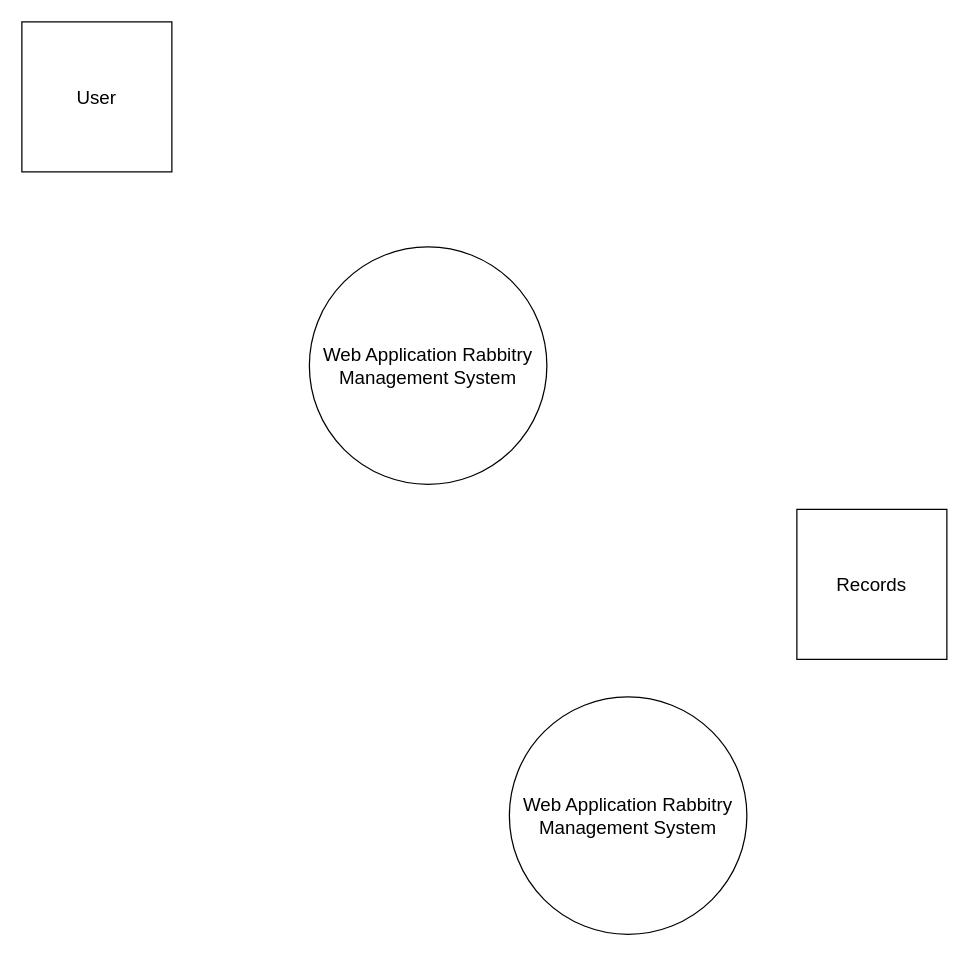
Before: Context Diagram.drawio in SejiMe/rpc-system, a draw.io diagram. Source tidied: cells renumbered, new cells numbered last; positions are measured from the earlier drawing's top-left corner, leaving out a move shared by most shapes. Both pictures are drawn from the tidied source at 125%, with x=0, y=0 at pixel (21, 21).
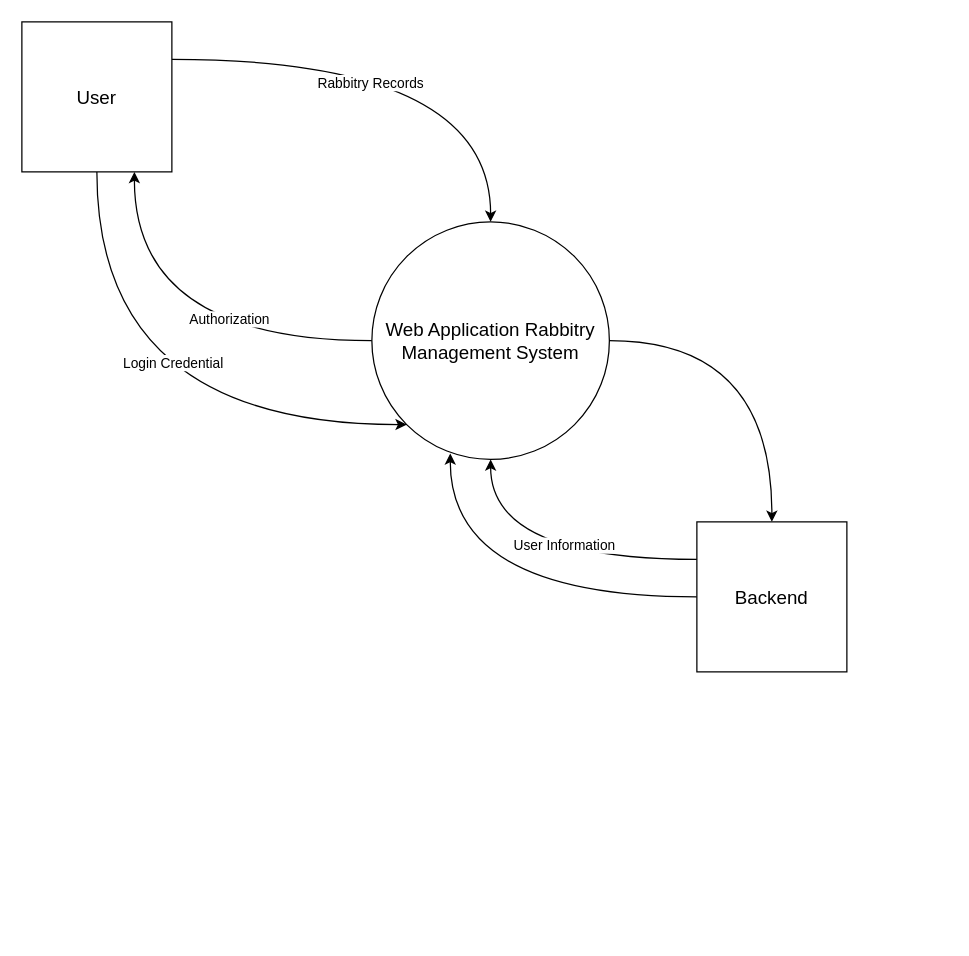
The same diagram, later.

What changed in the source:
```diff
@@
 <mxGraphModel>
   <root>
     <mxCell id="0" />
     <mxCell id="1" parent="0" />
+    <mxCell id="6" style="edgeStyle=orthogonalEdgeStyle;curved=1;rounded=0;jettySize=auto;html=1;exitX=0;exitY=0.5;exitDx=0;exitDy=0;entryX=0.75;entryY=1;entryDx=0;entryDy=0;" parent="1" edge="1" source="2" target="3">
+      <mxGeometry relative="1" as="geometry" />
+    </mxCell>
+    <mxCell id="7" value="Authorization" style="edgeLabel;html=1;align=center;verticalAlign=middle;" parent="6" vertex="1">
+      <mxGeometry x="-0.29" y="-18" relative="1" as="geometry" />
+    </mxCell>
+    <mxCell id="8" style="edgeStyle=orthogonalEdgeStyle;curved=1;rounded=0;jettySize=auto;html=1;exitX=1;exitY=0.5;exitDx=0;exitDy=0;" parent="1" edge="1" source="2" target="4">
+      <mxGeometry relative="1" as="geometry" />
+    </mxCell>
     <mxCell id="2" value="Web Application Rabbitry Management System" style="ellipse;whiteSpace=wrap;html=1;fontSize=15;" parent="1" vertex="1">
-      <mxGeometry x="230" y="180" width="190" height="190" as="geometry" />
+      <mxGeometry x="280" y="160" width="190" height="190" as="geometry" />
     </mxCell>
+    <mxCell id="9" style="edgeStyle=orthogonalEdgeStyle;rounded=0;jettySize=auto;html=1;exitX=1;exitY=0.25;exitDx=0;exitDy=0;curved=1;" parent="1" edge="1" source="3" target="2">
+      <mxGeometry relative="1" as="geometry" />
+    </mxCell>
+    <mxCell id="10" value="Rabbitry Records" style="edgeLabel;html=1;align=center;verticalAlign=middle;" parent="9" vertex="1">
+      <mxGeometry x="-0.18" y="-18" relative="1" as="geometry" />
+    </mxCell>
+    <mxCell id="11" style="edgeStyle=orthogonalEdgeStyle;curved=1;rounded=0;jettySize=auto;html=1;exitX=0.5;exitY=1;exitDx=0;exitDy=0;entryX=0;entryY=1;entryDx=0;entryDy=0;" parent="1" edge="1" source="3" target="2">
+      <mxGeometry relative="1" as="geometry">
+        <Array as="points">
+          <mxPoint x="60" y="322" />
+        </Array>
+      </mxGeometry>
+    </mxCell>
+    <mxCell id="12" value="Login Credential" style="edgeLabel;html=1;align=center;verticalAlign=middle;" parent="11" vertex="1">
+      <mxGeometry x="0.17" y="50" relative="1" as="geometry" />
+    </mxCell>
     <mxCell id="3" value="User" style="whiteSpace=wrap;html=1;fontSize=15;" parent="1" vertex="1">
       <mxGeometry width="120" height="120" as="geometry" />
     </mxCell>
+    <mxCell id="13" style="edgeStyle=orthogonalEdgeStyle;curved=1;rounded=0;jettySize=auto;html=1;exitX=0;exitY=0.25;exitDx=0;exitDy=0;" parent="1" edge="1" source="4" target="2">
+      <mxGeometry relative="1" as="geometry" />
+    </mxCell>
+    <mxCell id="14" value="User Information" style="edgeLabel;html=1;align=center;verticalAlign=middle;" parent="13" vertex="1">
+      <mxGeometry x="-0.13" y="-12" relative="1" as="geometry" />
+    </mxCell>
+    <mxCell id="15" style="edgeStyle=orthogonalEdgeStyle;curved=1;rounded=0;jettySize=auto;html=1;exitX=0;exitY=0.5;exitDx=0;exitDy=0;entryX=0.33;entryY=0.975;entryDx=0;entryDy=0;entryPerimeter=0;" parent="1" edge="1" source="4" target="2">
+      <mxGeometry relative="1" as="geometry" />
+    </mxCell>
-    <mxCell id="4" value="Records" style="whiteSpace=wrap;html=1;fontSize=15;" parent="1" vertex="1">
-      <mxGeometry x="620" y="390" width="120" height="120" as="geometry" />
+    <mxCell id="4" value="Backend" style="whiteSpace=wrap;html=1;fontSize=15;" parent="1" vertex="1">
+      <mxGeometry x="540" y="400" width="120" height="120" as="geometry" />
     </mxCell>
-    <mxCell id="5" value="Web Application Rabbitry Management System" style="ellipse;whiteSpace=wrap;html=1;fontSize=15;" parent="1" vertex="1">
-      <mxGeometry x="390" y="540" width="190" height="190" as="geometry" />
-    </mxCell>
   </root>
 </mxGraphModel>
```
